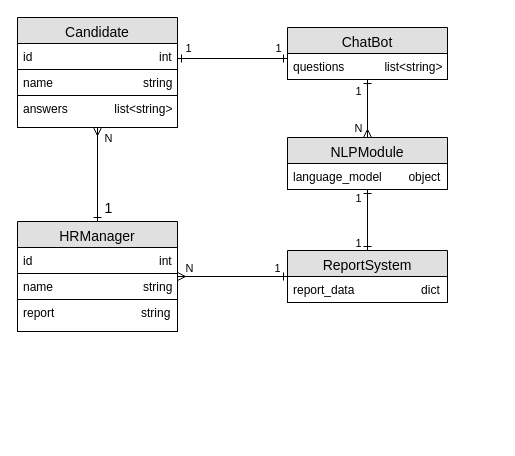
This is ER-Диаграмма.drawio from Evgeny-Yakovlev73/Diagramms, a draw.io file, before an edit. Source tidied: cells renumbered, new cells numbered last; positions are measured from the earlier drawing's top-left corner, leaving out a move shared by most shapes. Both pictures are drawn from the tidied source at 100%, with x=0, y=0 at pixel (17, 17).
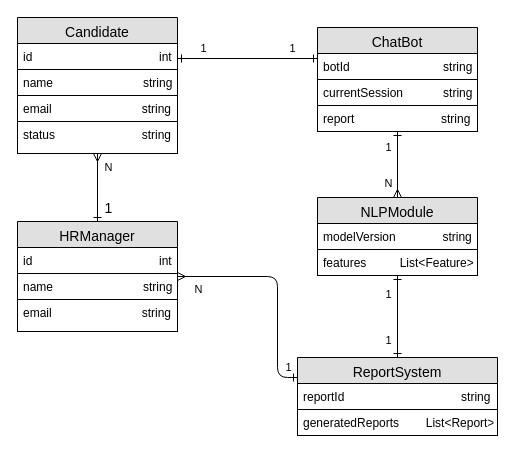
The same diagram, later.

The change refers to these unchanged cells:
```xml
<mxCell id="5" style="edgeStyle=orthogonalEdgeStyle;html=1;endArrow=ERmany;endFill=0;labelBackgroundColor=none;fontFamily=Verdana;fontSize=14;startArrow=ERone;startFill=0;" parent="1" edge="1" source="14" target="8">
  <mxGeometry relative="1" as="geometry" />
</mxCell>
<mxCell id="14" value="HRManager" style="swimlane;fontStyle=0;align=center;verticalAlign=top;horizontal=1;startSize=26;rounded=0;shadow=0;strokeWidth=1;labelBackgroundColor=none;fillColor=#e0e0e0;fontSize=14;" parent="1" vertex="1">
  <mxGeometry y="204" width="160" height="110" as="geometry" />
</mxCell>
```

The edit, as a diff of the source:
```diff
@@
     <mxCell id="6" value="&lt;font style=&quot;font-size: 14px;&quot;&gt;1&lt;/font&gt;" style="edgeLabel;html=1;align=center;verticalAlign=middle;" parent="5" vertex="1">
       <mxGeometry x="-0.12" y="-4" relative="1" as="geometry">
-        <mxPoint x="6" y="27" as="offset" />
+        <mxPoint x="6" y="16" as="offset" />
       </mxGeometry>
     </mxCell>
     <mxCell id="7" value="N" style="edgeLabel;html=1;align=center;verticalAlign=middle;" parent="5" vertex="1">
       <mxGeometry x="0.37" relative="1" as="geometry">
-        <mxPoint x="10" y="-20" as="offset" />
+        <mxPoint x="10" y="-8" as="offset" />
       </mxGeometry>
     </mxCell>
     <mxCell id="8" value="Candidate" style="swimlane;fontStyle=0;align=center;verticalAlign=top;horizontal=1;startSize=26;rounded=0;shadow=0;strokeWidth=1;labelBackgroundColor=none;fillColor=#e0e0e0;fontSize=14;" parent="1" vertex="1">
-      <mxGeometry width="160" height="110" as="geometry" />
+      <mxGeometry width="160" height="136" as="geometry" />
     </mxCell>
@@
+    <mxCell id="31" value="email                           string" style="text;align=left;verticalAlign=top;spacingLeft=4;spacingRight=4;overflow=hidden;rounded=0;shadow=0;html=0;strokeColor=default;fillColor=none;" parent="8" vertex="1">
+      <mxGeometry y="78" width="160" height="26" as="geometry" />
+    </mxCell>
-    <mxCell id="11" value="answers              list&lt;string&gt;" style="text;align=left;verticalAlign=top;spacingLeft=4;spacingRight=4;overflow=hidden;rounded=0;shadow=0;html=0;strokeColor=default;" parent="8" vertex="1">
-      <mxGeometry y="78" width="160" height="32" as="geometry" />
+    <mxCell id="11" value="status                          string" style="text;align=left;verticalAlign=top;spacingLeft=4;spacingRight=4;overflow=hidden;rounded=0;shadow=0;html=0;strokeColor=default;" parent="8" vertex="1">
+      <mxGeometry y="104" width="160" height="32" as="geometry" />
     </mxCell>
     <mxCell id="12" value="ChatBot" style="swimlane;fontStyle=0;align=center;verticalAlign=top;horizontal=1;startSize=26;rounded=0;shadow=0;strokeWidth=1;labelBackgroundColor=none;fillColor=#e0e0e0;fontSize=14;" parent="1" vertex="1">
-      <mxGeometry x="270" y="10" width="160" height="52" as="geometry" />
+      <mxGeometry x="300" y="10" width="160" height="104" as="geometry" />
     </mxCell>
+    <mxCell id="32" value="botId                            string" style="text;align=left;verticalAlign=top;spacingLeft=4;spacingRight=4;overflow=hidden;strokeColor=default;" parent="12" vertex="1">
+      <mxGeometry y="26" width="160" height="26" as="geometry" />
+    </mxCell>
+    <mxCell id="33" value="currentSession            string" style="text;align=left;verticalAlign=top;spacingLeft=4;spacingRight=4;overflow=hidden;strokeColor=default;" parent="12" vertex="1">
+      <mxGeometry y="52" width="160" height="26" as="geometry" />
+    </mxCell>
-    <mxCell id="13" value="questions            list&lt;string&gt;" style="text;align=left;verticalAlign=top;spacingLeft=4;spacingRight=4;overflow=hidden;strokeColor=default;" parent="12" vertex="1">
-      <mxGeometry y="26" width="160" height="26" as="geometry" />
+    <mxCell id="13" value="report                          string" style="text;align=left;verticalAlign=top;spacingLeft=4;spacingRight=4;overflow=hidden;strokeColor=default;" parent="12" vertex="1">
+      <mxGeometry y="78" width="160" height="26" as="geometry" />
     </mxCell>
@@
-    <mxCell id="17" value="report                          string" style="text;align=left;verticalAlign=top;spacingLeft=4;spacingRight=4;overflow=hidden;rounded=0;shadow=0;html=0;strokeColor=default;" parent="14" vertex="1">
+    <mxCell id="17" value="email                           string" style="text;align=left;verticalAlign=top;spacingLeft=4;spacingRight=4;overflow=hidden;rounded=0;shadow=0;html=0;strokeColor=default;" parent="14" vertex="1">
       <mxGeometry y="78" width="160" height="32" as="geometry" />
     </mxCell>
     <mxCell id="18" value="NLPModule" style="swimlane;fontStyle=0;align=center;verticalAlign=top;horizontal=1;startSize=26;rounded=0;shadow=0;strokeWidth=1;labelBackgroundColor=none;fillColor=#e0e0e0;fontSize=14;" parent="1" vertex="1">
-      <mxGeometry x="270" y="120" width="160" height="52" as="geometry" />
+      <mxGeometry x="300" y="180" width="160" height="78" as="geometry" />
     </mxCell>
-    <mxCell id="19" value="language_model        object" style="text;align=left;verticalAlign=top;spacingLeft=4;spacingRight=4;overflow=hidden;strokeColor=default;" parent="18" vertex="1">
+    <mxCell id="19" value="modelVersion              string" style="text;align=left;verticalAlign=top;spacingLeft=4;spacingRight=4;overflow=hidden;strokeColor=default;" parent="18" vertex="1">
       <mxGeometry y="26" width="160" height="26" as="geometry" />
     </mxCell>
+    <mxCell id="34" value="features          List&lt;Feature&gt;" style="text;align=left;verticalAlign=top;spacingLeft=4;spacingRight=4;overflow=hidden;strokeColor=default;" parent="18" vertex="1">
+      <mxGeometry y="52" width="160" height="26" as="geometry" />
+    </mxCell>
@@
     <mxCell id="23" value="ReportSystem" style="swimlane;fontStyle=0;align=center;verticalAlign=top;horizontal=1;startSize=26;rounded=0;shadow=0;strokeWidth=1;labelBackgroundColor=none;fillColor=#e0e0e0;fontSize=14;" parent="1" vertex="1">
-      <mxGeometry x="270" y="233" width="160" height="52" as="geometry" />
+      <mxGeometry x="280" y="340" width="200" height="78" as="geometry" />
     </mxCell>
-    <mxCell id="24" value="report_data                    dict" style="text;align=left;verticalAlign=top;spacingLeft=4;spacingRight=4;overflow=hidden;strokeColor=default;" parent="23" vertex="1">
-      <mxGeometry y="26" width="160" height="26" as="geometry" />
+    <mxCell id="24" value="reportId                                   string" style="text;align=left;verticalAlign=top;spacingLeft=4;spacingRight=4;overflow=hidden;strokeColor=default;" parent="23" vertex="1">
+      <mxGeometry y="26" width="200" height="26" as="geometry" />
     </mxCell>
+    <mxCell id="35" value="generatedReports        List&lt;Report&gt;" style="text;align=left;verticalAlign=top;spacingLeft=4;spacingRight=4;overflow=hidden;strokeColor=default;" parent="23" vertex="1">
+      <mxGeometry y="52" width="200" height="26" as="geometry" />
+    </mxCell>
@@
     <mxCell id="28" style="edgeStyle=orthogonalEdgeStyle;html=1;endArrow=ERone;startArrow=ERmany;labelBackgroundColor=none;fontFamily=Verdana;fontSize=14;endFill=0;" parent="1" edge="1" source="14" target="23">
-      <mxGeometry relative="1" as="geometry" />
+      <mxGeometry relative="1" as="geometry">
+        <Array as="points">
+          <mxPoint x="260" y="259" />
+          <mxPoint x="260" y="360" />
+        </Array>
+      </mxGeometry>
     </mxCell>
     <mxCell id="29" value="1" style="edgeLabel;html=1;align=center;verticalAlign=middle;" parent="28" vertex="1">
       <mxGeometry x="0.19" y="-2" relative="1" as="geometry">
-        <mxPoint x="34" y="-11" as="offset" />
+        <mxPoint x="12" y="59" as="offset" />
       </mxGeometry>
     </mxCell>
     <mxCell id="30" value="N" style="edgeLabel;html=1;align=center;verticalAlign=middle;" parent="28" vertex="1">
       <mxGeometry x="0.21" relative="1" as="geometry">
-        <mxPoint x="-56" y="-9" as="offset" />
+        <mxPoint x="-80" y="-22" as="offset" />
       </mxGeometry>
     </mxCell>
```
